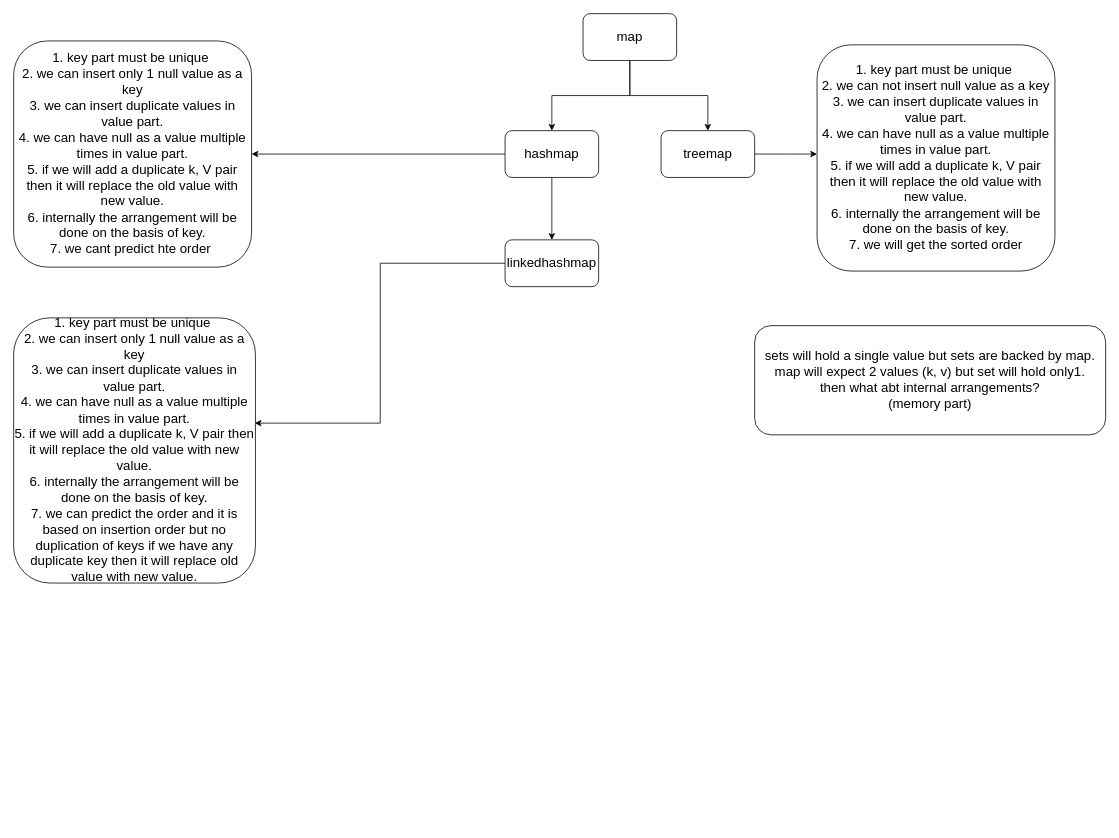
Before: page "map" (6 of 7) of Untitled Diagram.drawio in abhinandanchivate/imarticussg, a draw.io diagram. Source tidied: cells renumbered, new cells numbered last; positions are measured from the earlier drawing's top-left corner, leaving out a move shared by most shapes. Both pictures are drawn from the tidied source at 78%, with x=0, y=0 at pixel (13, 13).
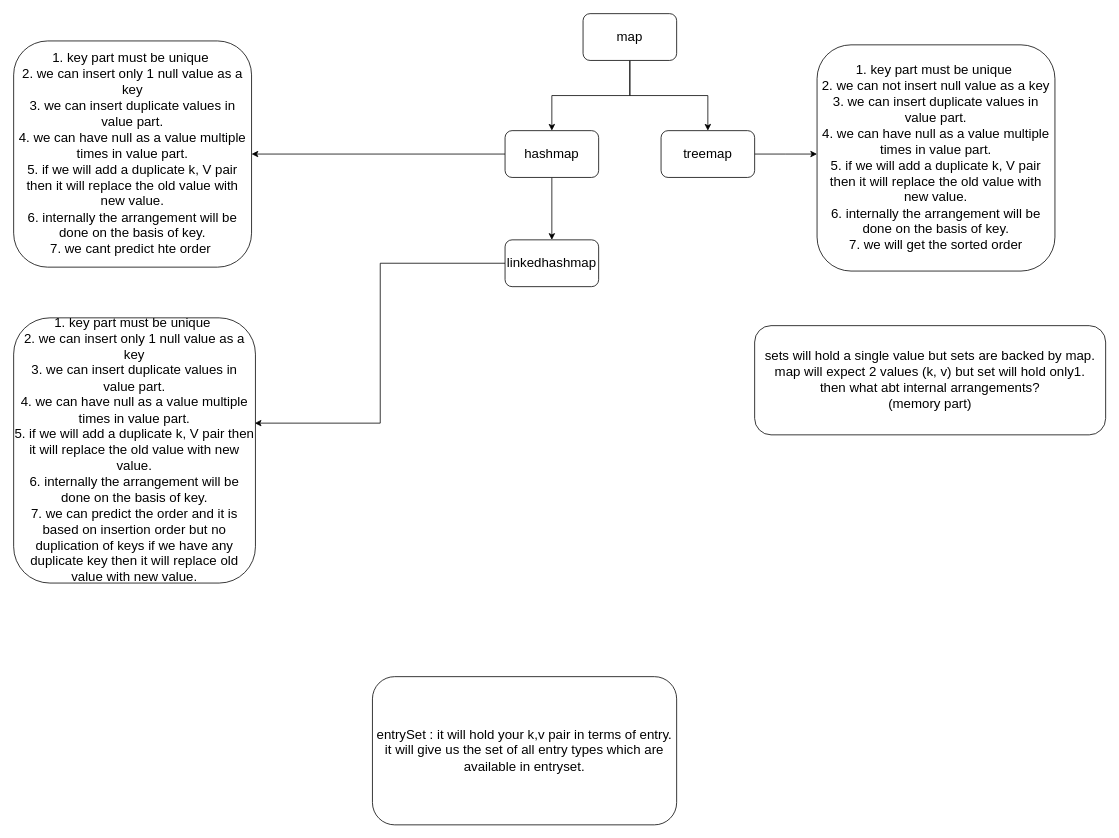
Above is the later version.

Diff of the diagram source:
```diff
@@
 <mxGraphModel>
   <root>
     <mxCell id="0" />
     <mxCell id="1" parent="0" />
     <mxCell id="2" style="edgeStyle=orthogonalEdgeStyle;rounded=0;jettySize=auto;html=1;fontSize=17;" parent="1" edge="1" source="4" target="7">
       <mxGeometry relative="1" as="geometry" />
     </mxCell>
     <mxCell id="3" style="edgeStyle=orthogonalEdgeStyle;rounded=0;jettySize=auto;html=1;fontSize=17;" parent="1" edge="1" source="4" target="9">
       <mxGeometry relative="1" as="geometry" />
     </mxCell>
     <mxCell id="4" value="map" style="rounded=1;whiteSpace=wrap;html=1;fontSize=17;" parent="1" vertex="1">
       <mxGeometry x="730" width="120" height="60" as="geometry" />
     </mxCell>
     <mxCell id="5" style="edgeStyle=orthogonalEdgeStyle;rounded=0;jettySize=auto;html=1;fontSize=17;" parent="1" edge="1" source="7" target="11">
       <mxGeometry relative="1" as="geometry" />
     </mxCell>
     <mxCell id="6" style="edgeStyle=orthogonalEdgeStyle;rounded=0;jettySize=auto;html=1;entryX=1;entryY=0.5;entryDx=0;entryDy=0;fontSize=17;" parent="1" edge="1" source="7" target="13">
       <mxGeometry relative="1" as="geometry" />
     </mxCell>
     <mxCell id="7" value="hashmap" style="whiteSpace=wrap;html=1;fontSize=17;rounded=1;" parent="1" vertex="1">
       <mxGeometry x="630" y="150" width="120" height="60" as="geometry" />
     </mxCell>
     <mxCell id="8" style="edgeStyle=orthogonalEdgeStyle;rounded=0;jettySize=auto;html=1;fontSize=17;" parent="1" edge="1" source="9">
       <mxGeometry relative="1" as="geometry">
         <mxPoint x="1030" y="180" as="targetPoint" />
       </mxGeometry>
     </mxCell>
     <mxCell id="9" value="treemap" style="whiteSpace=wrap;html=1;fontSize=17;rounded=1;" parent="1" vertex="1">
       <mxGeometry x="830" y="150" width="120" height="60" as="geometry" />
     </mxCell>
     <mxCell id="10" style="edgeStyle=orthogonalEdgeStyle;rounded=0;jettySize=auto;html=1;entryX=0.997;entryY=0.397;entryDx=0;entryDy=0;entryPerimeter=0;fontSize=17;" parent="1" edge="1" source="11" target="14">
       <mxGeometry relative="1" as="geometry" />
     </mxCell>
     <mxCell id="11" value="linkedhashmap" style="whiteSpace=wrap;html=1;fontSize=17;rounded=1;" parent="1" vertex="1">
       <mxGeometry x="630" y="290" width="120" height="60" as="geometry" />
     </mxCell>
     <mxCell id="12" value="sets will hold a single value but sets are backed by map.&lt;br&gt;map will expect 2 values (k, v) but set will hold only1.&lt;br&gt;then what abt internal arrangements?&lt;br&gt;(memory part)" style="rounded=1;whiteSpace=wrap;html=1;fontSize=17;" parent="1" vertex="1">
       <mxGeometry x="950" y="400" width="450" height="140" as="geometry" />
     </mxCell>
     <mxCell id="13" value="1. key part must be unique&amp;nbsp;&lt;br&gt;2. we can insert only 1 null value as a key&lt;br&gt;3. we can insert duplicate values in value part.&lt;br&gt;4. we can have null as a value multiple times in value part.&lt;br&gt;5. if we will add a duplicate k, V pair then it will replace the old value with new value.&lt;br&gt;6. internally the arrangement will be done on the basis of key.&lt;br&gt;7. we cant predict hte order&amp;nbsp;" style="rounded=1;whiteSpace=wrap;html=1;fontSize=17;" parent="1" vertex="1">
       <mxGeometry y="35" width="305" height="290" as="geometry" />
     </mxCell>
     <mxCell id="14" value="1. key part must be unique&amp;nbsp;&lt;br&gt;2. we can insert only 1 null value as a key&lt;br&gt;3. we can insert duplicate values in value part.&lt;br&gt;4. we can have null as a value multiple times in value part.&lt;br&gt;5. if we will add a duplicate k, V pair then it will replace the old value with new value.&lt;br&gt;6. internally the arrangement will be done on the basis of key.&lt;br&gt;7. we can predict the order and it is based on insertion order but no duplication of keys if we have any duplicate key then it will replace old value with new value." style="rounded=1;whiteSpace=wrap;html=1;fontSize=17;" parent="1" vertex="1">
       <mxGeometry y="390" width="310" height="340" as="geometry" />
     </mxCell>
     <mxCell id="15" value="1. key part must be unique&amp;nbsp;&lt;br&gt;2. we can not insert null value as a key&lt;br&gt;3. we can insert duplicate values in value part.&lt;br&gt;4. we can have null as a value multiple times in value part.&lt;br&gt;5. if we will add a duplicate k, V pair then it will replace the old value with new value.&lt;br&gt;6. internally the arrangement will be done on the basis of key.&lt;br&gt;7. we will get the sorted order" style="rounded=1;whiteSpace=wrap;html=1;fontSize=17;" parent="1" vertex="1">
       <mxGeometry x="1030" y="40" width="305" height="290" as="geometry" />
     </mxCell>
+    <mxCell id="16" value="entrySet : it will hold your k,v pair in terms of entry.&lt;br&gt;it will give us the set of all entry types which are available in entryset." style="rounded=1;whiteSpace=wrap;html=1;fontSize=17;" parent="1" vertex="1">
+      <mxGeometry x="460" y="850" width="390" height="190" as="geometry" />
+    </mxCell>
   </root>
 </mxGraphModel>
```
